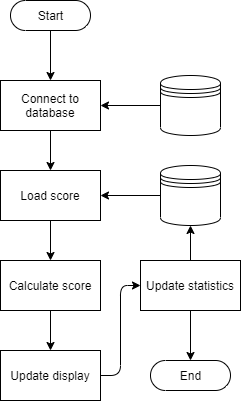
kparlak/dart-scoring-system keeps this draw.io diagram as scoring/documentation/Update_Game_Logic.png. Above is the earlier version. Source tidied: cells renumbered, new cells last; positions are measured from the earlier drawing's top-left corner, leaving out a move shared by most shapes.
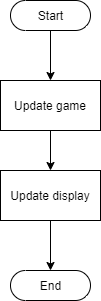
After the change.

Change to the diagram source:
```diff
@@ -2,59 +2,26 @@
   <root>
     <mxCell id="0" />
     <mxCell id="1" parent="0" />
-    <mxCell id="2" style="edgeStyle=orthogonalEdgeStyle;rounded=1;jettySize=auto;html=1;exitX=0.5;exitY=0.5;exitDx=0;exitDy=15;exitPerimeter=0;entryX=0.5;entryY=0;entryDx=0;entryDy=0;strokeColor=#000000;" parent="1" edge="1" source="3" target="6">
+    <mxCell id="2" style="edgeStyle=orthogonalEdgeStyle;rounded=1;jettySize=auto;html=1;exitX=0.5;exitY=0.5;exitDx=0;exitDy=15;exitPerimeter=0;entryX=0.5;entryY=0;entryDx=0;entryDy=0;strokeColor=#000000;" parent="1" edge="1" source="3" target="14">
       <mxGeometry relative="1" as="geometry" />
     </mxCell>
     <mxCell id="3" value="Start" style="html=1;dashed=0;whitespace=wrap;shape=mxgraph.dfd.start;" parent="1" vertex="1">
       <mxGeometry x="10" width="80" height="30" as="geometry" />
     </mxCell>
     <mxCell id="4" value="End" style="html=1;dashed=0;whitespace=wrap;shape=mxgraph.dfd.start;" parent="1" vertex="1">
-      <mxGeometry x="150" y="360" width="80" height="30" as="geometry" />
+      <mxGeometry x="10" y="270" width="80" height="30" as="geometry" />
     </mxCell>
-    <mxCell id="5" style="edgeStyle=orthogonalEdgeStyle;rounded=1;jettySize=auto;html=1;exitX=0.5;exitY=1;exitDx=0;exitDy=0;entryX=0.5;entryY=0;entryDx=0;entryDy=0;" parent="1" edge="1" source="6" target="10">
-      <mxGeometry relative="1" as="geometry" />
-    </mxCell>
-    <mxCell id="6" value="Connect to database" style="html=1;dashed=0;whitespace=wrap;whiteSpace=wrap;" parent="1" vertex="1">
-      <mxGeometry y="80" width="100" height="50" as="geometry" />
-    </mxCell>
-    <mxCell id="7" style="edgeStyle=orthogonalEdgeStyle;rounded=1;jettySize=auto;html=1;exitX=0;exitY=0.5;exitDx=0;exitDy=0;entryX=1;entryY=0.5;entryDx=0;entryDy=0;" parent="1" edge="1" source="8" target="6">
-      <mxGeometry relative="1" as="geometry" />
-    </mxCell>
-    <mxCell id="8" style="shape=datastore;whiteSpace=wrap;html=1;" parent="1" vertex="1">
-      <mxGeometry x="160" y="75" width="60" height="60" as="geometry" />
-    </mxCell>
-    <mxCell id="9" style="edgeStyle=orthogonalEdgeStyle;rounded=1;jettySize=auto;html=1;exitX=0.5;exitY=1;exitDx=0;exitDy=0;entryX=0.5;entryY=0;entryDx=0;entryDy=0;" parent="1" edge="1" source="10" target="14">
-      <mxGeometry relative="1" as="geometry" />
-    </mxCell>
-    <mxCell id="10" value="Load score" style="html=1;dashed=0;whitespace=wrap;whiteSpace=wrap;" parent="1" vertex="1">
-      <mxGeometry y="170" width="100" height="50" as="geometry" />
-    </mxCell>
-    <mxCell id="11" style="edgeStyle=orthogonalEdgeStyle;rounded=1;jettySize=auto;html=1;exitX=0;exitY=0.5;exitDx=0;exitDy=0;entryX=1;entryY=0.5;entryDx=0;entryDy=0;" parent="1" edge="1" source="12" target="10">
-      <mxGeometry relative="1" as="geometry" />
-    </mxCell>
-    <mxCell id="12" style="shape=datastore;whiteSpace=wrap;html=1;" parent="1" vertex="1">
-      <mxGeometry x="160" y="165" width="60" height="60" as="geometry" />
-    </mxCell>
     <mxCell id="13" style="edgeStyle=orthogonalEdgeStyle;rounded=1;jettySize=auto;html=1;exitX=0.5;exitY=1;exitDx=0;exitDy=0;entryX=0.5;entryY=0;entryDx=0;entryDy=0;" parent="1" edge="1" source="14" target="16">
       <mxGeometry relative="1" as="geometry" />
     </mxCell>
-    <mxCell id="14" value="Calculate score" style="html=1;dashed=0;whitespace=wrap;whiteSpace=wrap;" parent="1" vertex="1">
-      <mxGeometry y="260" width="100" height="50" as="geometry" />
+    <mxCell id="14" value="Update game" style="html=1;dashed=0;whitespace=wrap;whiteSpace=wrap;" parent="1" vertex="1">
+      <mxGeometry y="80" width="100" height="50" as="geometry" />
     </mxCell>
-    <mxCell id="15" style="edgeStyle=orthogonalEdgeStyle;rounded=1;jettySize=auto;html=1;exitX=1;exitY=0.5;exitDx=0;exitDy=0;entryX=0;entryY=0.5;entryDx=0;entryDy=0;" parent="1" edge="1" source="16" target="19">
-      <mxGeometry relative="1" as="geometry" />
-    </mxCell>
+    <mxCell id="20" style="edgeStyle=orthogonalEdgeStyle;rounded=1;jettySize=auto;html=1;exitX=0.5;exitY=1;exitDx=0;exitDy=0;entryX=0.5;entryY=0.5;entryDx=0;entryDy=-15;entryPerimeter=0;" parent="1" edge="1" source="16" target="4">
+      <mxGeometry relative="1" as="geometry" />
+    </mxCell>
     <mxCell id="16" value="Update display" style="html=1;dashed=0;whitespace=wrap;whiteSpace=wrap;" parent="1" vertex="1">
-      <mxGeometry y="350" width="100" height="50" as="geometry" />
+      <mxGeometry y="170" width="100" height="50" as="geometry" />
     </mxCell>
-    <mxCell id="17" style="edgeStyle=orthogonalEdgeStyle;rounded=1;jettySize=auto;html=1;exitX=0.5;exitY=1;exitDx=0;exitDy=0;entryX=0.5;entryY=0.5;entryDx=0;entryDy=-15;entryPerimeter=0;" parent="1" edge="1" source="19" target="4">
-      <mxGeometry relative="1" as="geometry" />
-    </mxCell>
-    <mxCell id="18" style="edgeStyle=orthogonalEdgeStyle;rounded=1;jettySize=auto;html=1;exitX=0.5;exitY=0;exitDx=0;exitDy=0;entryX=0.5;entryY=1;entryDx=0;entryDy=0;" parent="1" edge="1" source="19" target="12">
-      <mxGeometry relative="1" as="geometry" />
-    </mxCell>
-    <mxCell id="19" value="Update statistics" style="html=1;dashed=0;whitespace=wrap;whiteSpace=wrap;" parent="1" vertex="1">
-      <mxGeometry x="140" y="260" width="100" height="50" as="geometry" />
-    </mxCell>
   </root>
 </mxGraphModel>
```
